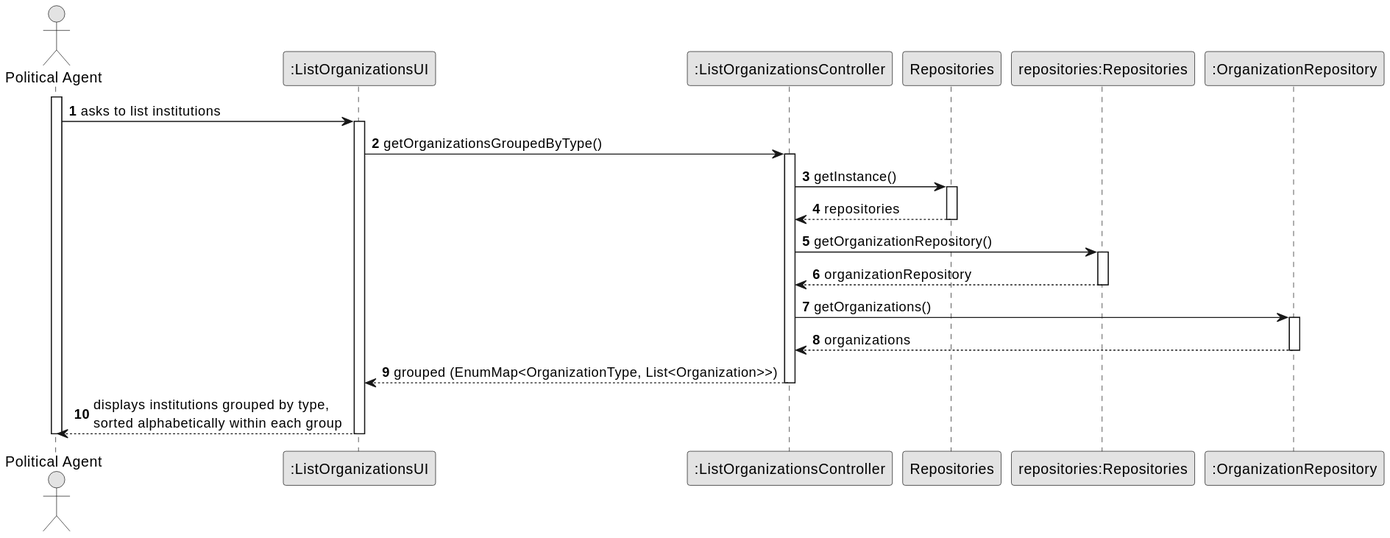
Before: docs/system-documentation/US03/03.design/svg/US03_SD.svg, a diagram exported from PlantUML (brunodspinto/crystal-clear-platform).
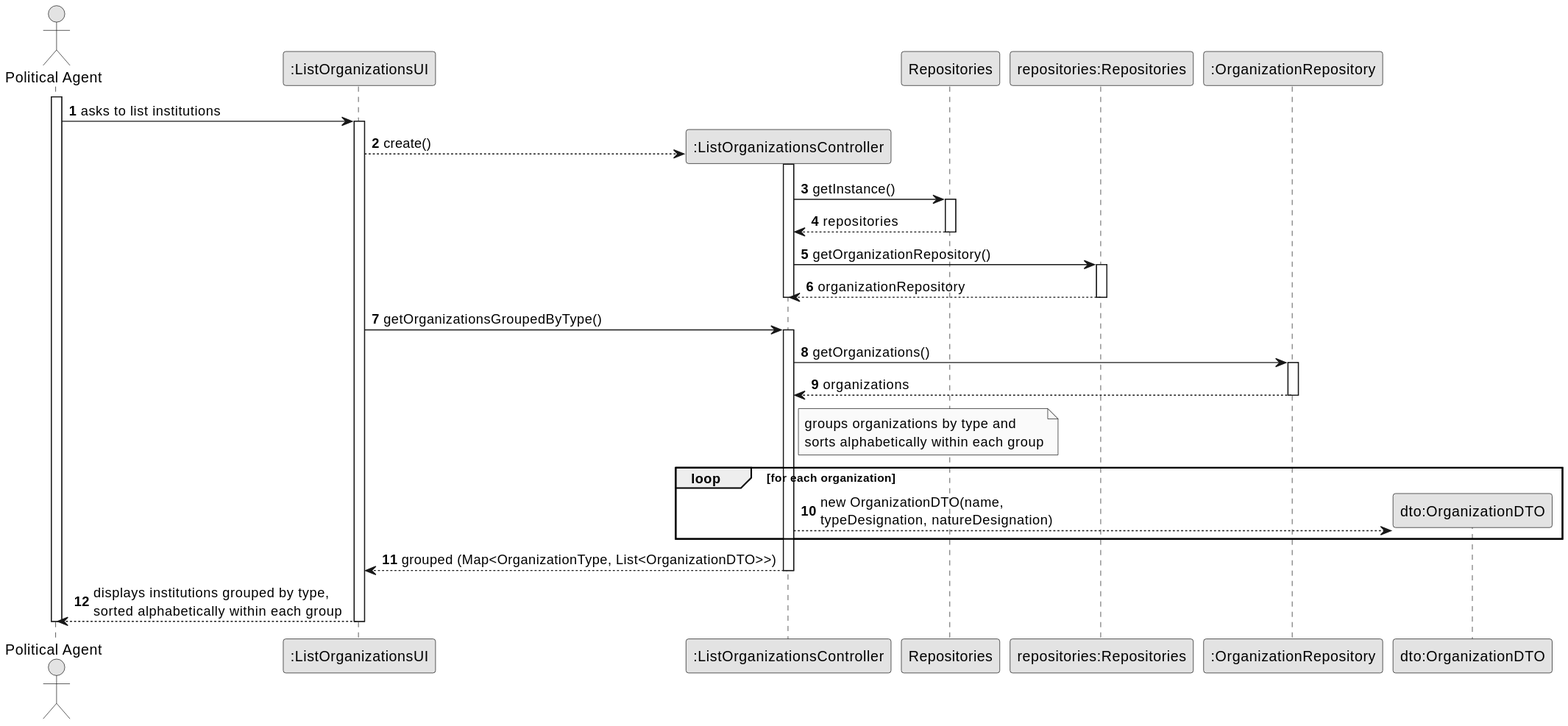
After the commit.

The edit, as a diff of the source:
```diff
@@ -11,15 +11,15 @@
 participant "Repositories" as REPOS
 participant "repositories:Repositories" as REPOS_SINGLETON
 participant ":OrganizationRepository" as REPO
+participant "dto:OrganizationDTO" as DTO
 
 activate PA
 
     PA -> UI : asks to list institutions
     activate UI
 
-        UI -> CTRL : getOrganizationsGroupedByType()
+        UI --> CTRL** : create()
         activate CTRL
-
             CTRL -> REPOS : getInstance()
             activate REPOS
                 REPOS --> CTRL : repositories
@@ -29,13 +29,26 @@
             activate REPOS_SINGLETON
                 REPOS_SINGLETON --> CTRL : organizationRepository
             deactivate REPOS_SINGLETON
+        deactivate CTRL
+
+        UI -> CTRL : getOrganizationsGroupedByType()
+        activate CTRL
 
             CTRL -> REPO : getOrganizations()
             activate REPO
                 REPO --> CTRL : organizations
             deactivate REPO
 
-            CTRL --> UI : grouped (EnumMap<OrganizationType, List<Organization>>)
+            note right of CTRL
+                groups organizations by type and
+                sorts alphabetically within each group
+            end note
+
+            loop for each organization
+                CTRL --> DTO** : new OrganizationDTO(name,\ntypeDesignation, natureDesignation)
+            end
+
+            CTRL --> UI : grouped (Map<OrganizationType, List<OrganizationDTO>>)
         deactivate CTRL
 
         UI --> PA : displays institutions grouped by type,\nsorted alphabetically within each group
```
